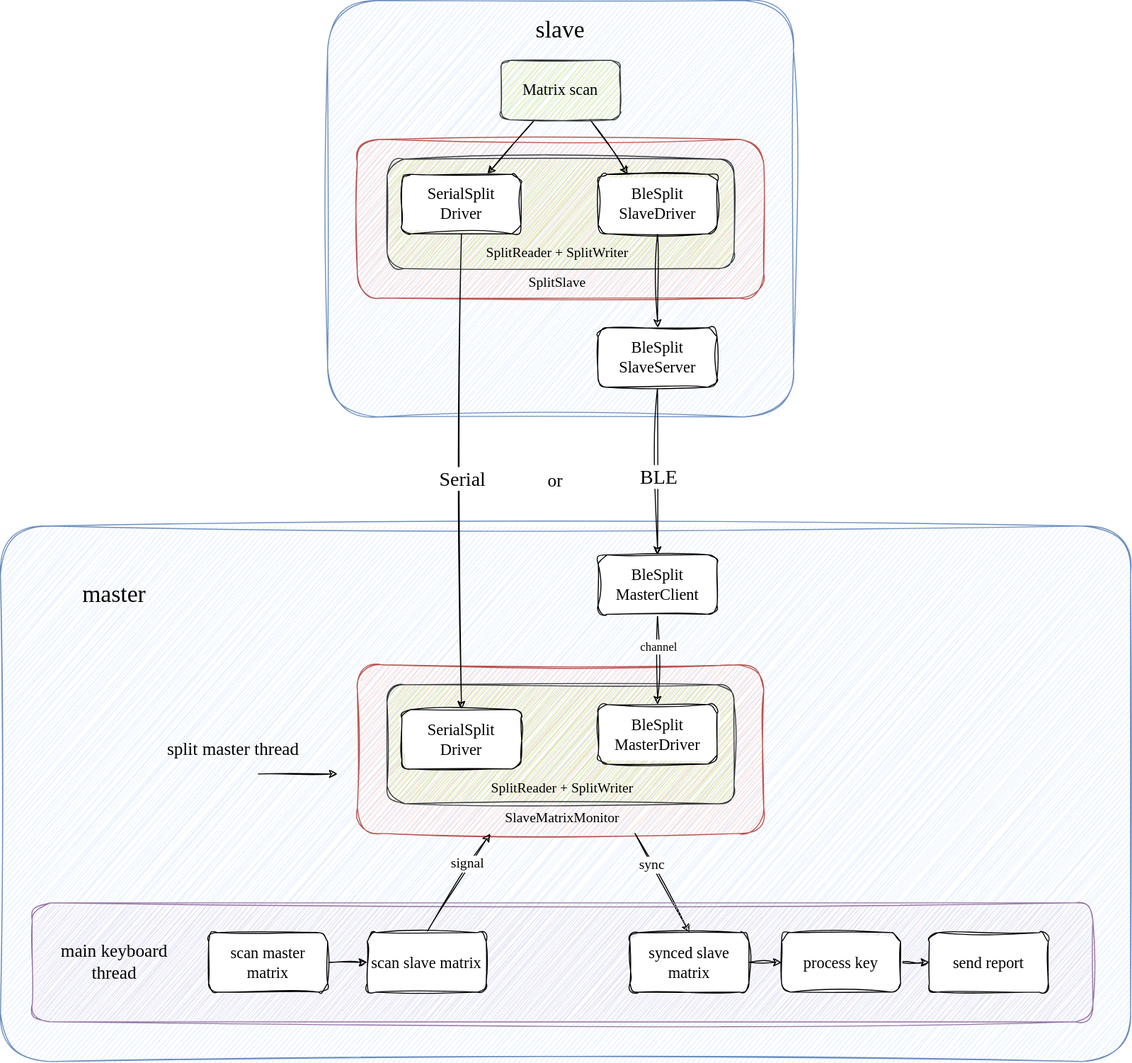
HaoboGu/rmk keeps this draw.io diagram as docs/src/images/split_keyboard.svg. Above is the earlier version. Source tidied: cells renumbered, new cells last; positions are measured from the earlier drawing's top-left corner, leaving out a move shared by most shapes.
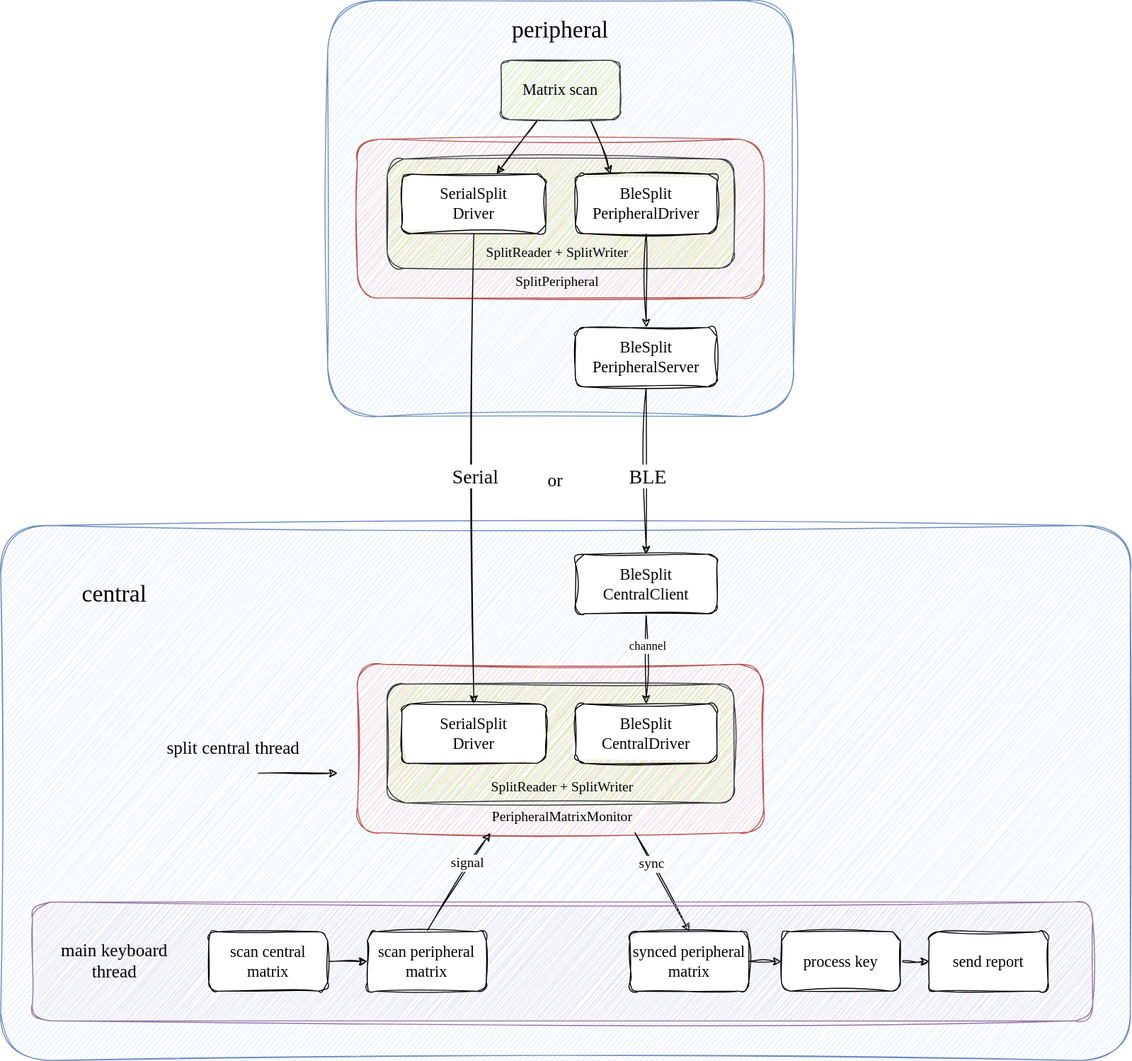
After the commit.

What changed in the source:
```diff
@@ -38,7 +38,7 @@
       </mxGeometry>
     </mxCell>
     <mxCell id="13" value="&lt;font face=&quot;Verdana&quot;&gt;SerialSplit&lt;br&gt;Driver&lt;/font&gt;" style="rounded=1;whiteSpace=wrap;html=1;sketch=1;hachureGap=4;jiggle=2;curveFitting=1;fontFamily=Architects Daughter;fontSource=https%3A%2F%2Ffonts.googleapis.com%2Fcss%3Ffamily%3DArchitects%2BDaughter;fontSize=16;" parent="1" vertex="1">
-      <mxGeometry x="405" y="175.3" width="120" height="60" as="geometry" />
+      <mxGeometry x="405" y="175.3" width="145" height="60" as="geometry" />
     </mxCell>
     <mxCell id="14" style="edgeStyle=none;sketch=1;hachureGap=4;jiggle=2;curveFitting=1;html=1;exitX=0.5;exitY=1;exitDx=0;exitDy=0;entryX=0.5;entryY=0;entryDx=0;entryDy=0;fontFamily=Architects Daughter;fontSource=https%3A%2F%2Ffonts.googleapis.com%2Fcss%3Ffamily%3DArchitects%2BDaughter;fontSize=16;" parent="1" edge="1" source="16" target="22">
       <mxGeometry relative="1" as="geometry" />
@@ -48,16 +48,16 @@
         <mxPoint x="5" y="9" as="offset" />
       </mxGeometry>
     </mxCell>
-    <mxCell id="16" value="&lt;font face=&quot;Verdana&quot;&gt;BleSplit&lt;br&gt;SlaveServer&lt;/font&gt;" style="rounded=1;whiteSpace=wrap;html=1;sketch=1;hachureGap=4;jiggle=2;curveFitting=1;fontFamily=Architects Daughter;fontSource=https%3A%2F%2Ffonts.googleapis.com%2Fcss%3Ffamily%3DArchitects%2BDaughter;fontSize=16;" parent="1" vertex="1">
-      <mxGeometry x="602.9" y="330" width="120" height="60" as="geometry" />
+    <mxCell id="16" value="&lt;font face=&quot;Verdana&quot;&gt;BleSplit&lt;br&gt;PeripheralServer&lt;/font&gt;" style="rounded=1;whiteSpace=wrap;html=1;sketch=1;hachureGap=4;jiggle=2;curveFitting=1;fontFamily=Architects Daughter;fontSource=https%3A%2F%2Ffonts.googleapis.com%2Fcss%3Ffamily%3DArchitects%2BDaughter;fontSize=16;" parent="1" vertex="1">
+      <mxGeometry x="580" y="330" width="142.8" height="60" as="geometry" />
     </mxCell>
     <mxCell id="17" style="edgeStyle=none;sketch=1;hachureGap=4;jiggle=2;curveFitting=1;html=1;exitX=0.5;exitY=1;exitDx=0;exitDy=0;entryX=0.5;entryY=0;entryDx=0;entryDy=0;fontFamily=Architects Daughter;fontSource=https%3A%2F%2Ffonts.googleapis.com%2Fcss%3Ffamily%3DArchitects%2BDaughter;fontSize=16;" parent="1" edge="1" source="18" target="16">
       <mxGeometry relative="1" as="geometry" />
     </mxCell>
-    <mxCell id="18" value="&lt;span style=&quot;font-family: Verdana;&quot;&gt;BleSplit&lt;/span&gt;&lt;br style=&quot;border-color: var(--border-color); font-family: Verdana;&quot;&gt;&lt;span style=&quot;font-family: Verdana;&quot;&gt;SlaveDriver&lt;/span&gt;" style="rounded=1;whiteSpace=wrap;html=1;sketch=1;hachureGap=4;jiggle=2;curveFitting=1;fontFamily=Architects Daughter;fontSource=https%3A%2F%2Ffonts.googleapis.com%2Fcss%3Ffamily%3DArchitects%2BDaughter;fontSize=16;" parent="1" vertex="1">
-      <mxGeometry x="602.9" y="175.3" width="120" height="60" as="geometry" />
+    <mxCell id="18" value="&lt;span style=&quot;font-family: Verdana;&quot;&gt;BleSplit&lt;/span&gt;&lt;br style=&quot;border-color: var(--border-color); font-family: Verdana;&quot;&gt;&lt;span style=&quot;font-family: Verdana;&quot;&gt;PeripheralDriver&lt;/span&gt;" style="rounded=1;whiteSpace=wrap;html=1;sketch=1;hachureGap=4;jiggle=2;curveFitting=1;fontFamily=Architects Daughter;fontSource=https%3A%2F%2Ffonts.googleapis.com%2Fcss%3Ffamily%3DArchitects%2BDaughter;fontSize=16;" parent="1" vertex="1">
+      <mxGeometry x="580" y="175.3" width="142.8" height="60" as="geometry" />
     </mxCell>
-    <mxCell id="19" value="slave" style="text;html=1;strokeColor=none;fillColor=none;align=center;verticalAlign=middle;whiteSpace=wrap;rounded=0;sketch=1;hachureGap=4;jiggle=2;curveFitting=1;fontFamily=Verdana;fontSize=24;" parent="1" vertex="1">
+    <mxCell id="19" value="peripheral" style="text;html=1;strokeColor=none;fillColor=none;align=center;verticalAlign=middle;whiteSpace=wrap;rounded=0;sketch=1;hachureGap=4;jiggle=2;curveFitting=1;fontFamily=Verdana;fontSize=24;" parent="1" vertex="1">
       <mxGeometry x="535" y="10" width="60" height="40.3" as="geometry" />
     </mxCell>
     <mxCell id="20" style="edgeStyle=none;sketch=1;hachureGap=4;jiggle=2;curveFitting=1;html=1;fontFamily=Architects Daughter;fontSource=https%3A%2F%2Ffonts.googleapis.com%2Fcss%3Ffamily%3DArchitects%2BDaughter;fontSize=16;" parent="1" edge="1" source="22" target="23">
@@ -68,14 +68,14 @@
         <mxPoint x="-2" y="-13" as="offset" />
       </mxGeometry>
     </mxCell>
-    <mxCell id="22" value="&lt;font face=&quot;Verdana&quot;&gt;BleSplit&lt;br&gt;MasterClient&lt;/font&gt;" style="rounded=1;whiteSpace=wrap;html=1;sketch=1;hachureGap=4;jiggle=2;curveFitting=1;fontFamily=Architects Daughter;fontSource=https%3A%2F%2Ffonts.googleapis.com%2Fcss%3Ffamily%3DArchitects%2BDaughter;fontSize=16;" parent="1" vertex="1">
-      <mxGeometry x="602.9" y="559" width="120" height="60" as="geometry" />
+    <mxCell id="22" value="&lt;font face=&quot;Verdana&quot;&gt;BleSplit&lt;br&gt;CentralClient&lt;/font&gt;" style="rounded=1;whiteSpace=wrap;html=1;sketch=1;hachureGap=4;jiggle=2;curveFitting=1;fontFamily=Architects Daughter;fontSource=https%3A%2F%2Ffonts.googleapis.com%2Fcss%3Ffamily%3DArchitects%2BDaughter;fontSize=16;" parent="1" vertex="1">
+      <mxGeometry x="580" y="559" width="142.8" height="60" as="geometry" />
     </mxCell>
-    <mxCell id="23" value="&lt;font face=&quot;Verdana&quot;&gt;BleSplit&lt;br&gt;MasterDriver&lt;/font&gt;" style="rounded=1;whiteSpace=wrap;html=1;sketch=1;hachureGap=4;jiggle=2;curveFitting=1;fontFamily=Architects Daughter;fontSource=https%3A%2F%2Ffonts.googleapis.com%2Fcss%3Ffamily%3DArchitects%2BDaughter;fontSize=16;" parent="1" vertex="1">
-      <mxGeometry x="602.9" y="710" width="120" height="60" as="geometry" />
+    <mxCell id="23" value="&lt;font face=&quot;Verdana&quot;&gt;BleSplit&lt;br&gt;CentralDriver&lt;/font&gt;" style="rounded=1;whiteSpace=wrap;html=1;sketch=1;hachureGap=4;jiggle=2;curveFitting=1;fontFamily=Architects Daughter;fontSource=https%3A%2F%2Ffonts.googleapis.com%2Fcss%3Ffamily%3DArchitects%2BDaughter;fontSize=16;" parent="1" vertex="1">
+      <mxGeometry x="580" y="710" width="142.8" height="60" as="geometry" />
     </mxCell>
     <mxCell id="24" value="&lt;font face=&quot;Verdana&quot;&gt;SerialSplit&lt;br&gt;Driver&lt;/font&gt;" style="rounded=1;whiteSpace=wrap;html=1;sketch=1;hachureGap=4;jiggle=2;curveFitting=1;fontFamily=Architects Daughter;fontSource=https%3A%2F%2Ffonts.googleapis.com%2Fcss%3Ffamily%3DArchitects%2BDaughter;fontSize=16;" parent="1" vertex="1">
-      <mxGeometry x="405" y="715" width="120" height="60" as="geometry" />
+      <mxGeometry x="405" y="710" width="145" height="60" as="geometry" />
     </mxCell>
     <mxCell id="25" value="SplitReader + SplitWriter" style="text;html=1;strokeColor=none;fillColor=none;align=center;verticalAlign=middle;whiteSpace=wrap;rounded=0;sketch=1;hachureGap=4;jiggle=2;curveFitting=1;fontFamily=Verdana;fontSize=14;" parent="1" vertex="1">
       <mxGeometry x="415.7" y="240.3" width="292.1" height="30" as="geometry" />
@@ -83,7 +83,7 @@
     <mxCell id="26" value="SplitReader + SplitWriter" style="text;html=1;strokeColor=none;fillColor=none;align=center;verticalAlign=middle;whiteSpace=wrap;rounded=0;sketch=1;hachureGap=4;jiggle=2;curveFitting=1;fontFamily=Verdana;fontSize=14;" parent="1" vertex="1">
       <mxGeometry x="421" y="780" width="292.1" height="30" as="geometry" />
     </mxCell>
-    <mxCell id="27" value="SplitSlave" style="text;html=1;strokeColor=none;fillColor=none;align=center;verticalAlign=middle;whiteSpace=wrap;rounded=0;sketch=1;hachureGap=4;jiggle=2;curveFitting=1;fontFamily=Verdana;fontSize=14;" parent="1" vertex="1">
+    <mxCell id="27" value="SplitPeripheral" style="text;html=1;strokeColor=none;fillColor=none;align=center;verticalAlign=middle;whiteSpace=wrap;rounded=0;sketch=1;hachureGap=4;jiggle=2;curveFitting=1;fontFamily=Verdana;fontSize=14;" parent="1" vertex="1">
       <mxGeometry x="415.7" y="270.3" width="292.1" height="30" as="geometry" />
     </mxCell>
     <mxCell id="28" style="edgeStyle=none;sketch=1;hachureGap=4;jiggle=2;curveFitting=1;html=1;exitX=0.75;exitY=1;exitDx=0;exitDy=0;entryX=0.5;entryY=0;entryDx=0;entryDy=0;fontFamily=Verdana;fontSize=14;" parent="1" edge="1" source="30" target="38">
@@ -94,7 +94,7 @@
         <mxPoint x="-1" as="offset" />
       </mxGeometry>
     </mxCell>
-    <mxCell id="30" value="SlaveMatrixMonitor" style="text;html=1;strokeColor=none;fillColor=none;align=center;verticalAlign=middle;whiteSpace=wrap;rounded=0;sketch=1;hachureGap=4;jiggle=2;curveFitting=1;fontFamily=Verdana;fontSize=14;" parent="1" vertex="1">
+    <mxCell id="30" value="PeripheralMatrixMonitor" style="text;html=1;strokeColor=none;fillColor=none;align=center;verticalAlign=middle;whiteSpace=wrap;rounded=0;sketch=1;hachureGap=4;jiggle=2;curveFitting=1;fontFamily=Verdana;fontSize=14;" parent="1" vertex="1">
       <mxGeometry x="421" y="810" width="292.1" height="30" as="geometry" />
     </mxCell>
     <mxCell id="31" style="rounded=1;whiteSpace=wrap;html=1;sketch=1;hachureGap=4;jiggle=2;curveFitting=1;fontFamily=Architects Daughter;fontSource=https%3A%2F%2Ffonts.googleapis.com%2Fcss%3Ffamily%3DArchitects%2BDaughter;fontSize=16;fillColor=#e1d5e7;strokeColor=#9673a6;" parent="1" vertex="1">
@@ -103,7 +103,7 @@
     <mxCell id="32" style="edgeStyle=none;sketch=1;hachureGap=4;jiggle=2;curveFitting=1;html=1;fontFamily=Verdana;fontSize=14;" parent="1" edge="1" source="33" target="36">
       <mxGeometry relative="1" as="geometry" />
     </mxCell>
-    <mxCell id="33" value="&lt;font face=&quot;Verdana&quot;&gt;scan master matrix&lt;/font&gt;" style="rounded=1;whiteSpace=wrap;html=1;sketch=1;hachureGap=4;jiggle=2;curveFitting=1;fontFamily=Architects Daughter;fontSource=https%3A%2F%2Ffonts.googleapis.com%2Fcss%3Ffamily%3DArchitects%2BDaughter;fontSize=16;" parent="1" vertex="1">
+    <mxCell id="33" value="&lt;font face=&quot;Verdana&quot;&gt;scan central matrix&lt;/font&gt;" style="rounded=1;whiteSpace=wrap;html=1;sketch=1;hachureGap=4;jiggle=2;curveFitting=1;fontFamily=Architects Daughter;fontSource=https%3A%2F%2Ffonts.googleapis.com%2Fcss%3Ffamily%3DArchitects%2BDaughter;fontSize=16;" parent="1" vertex="1">
       <mxGeometry x="210" y="940" width="120" height="60" as="geometry" />
     </mxCell>
     <mxCell id="34" style="edgeStyle=none;sketch=1;hachureGap=4;jiggle=2;curveFitting=1;html=1;exitX=0.5;exitY=0;exitDx=0;exitDy=0;entryX=0.25;entryY=1;entryDx=0;entryDy=0;fontFamily=Verdana;fontSize=14;" parent="1" edge="1" source="36" target="30">
@@ -114,13 +114,13 @@
         <mxPoint x="3" y="-12" as="offset" />
       </mxGeometry>
     </mxCell>
-    <mxCell id="36" value="&lt;font face=&quot;Verdana&quot;&gt;scan slave matrix&lt;/font&gt;" style="rounded=1;whiteSpace=wrap;html=1;sketch=1;hachureGap=4;jiggle=2;curveFitting=1;fontFamily=Architects Daughter;fontSource=https%3A%2F%2Ffonts.googleapis.com%2Fcss%3Ffamily%3DArchitects%2BDaughter;fontSize=16;" parent="1" vertex="1">
+    <mxCell id="36" value="&lt;font face=&quot;Verdana&quot;&gt;scan peripheral matrix&lt;/font&gt;" style="rounded=1;whiteSpace=wrap;html=1;sketch=1;hachureGap=4;jiggle=2;curveFitting=1;fontFamily=Architects Daughter;fontSource=https%3A%2F%2Ffonts.googleapis.com%2Fcss%3Ffamily%3DArchitects%2BDaughter;fontSize=16;" parent="1" vertex="1">
       <mxGeometry x="370" y="940" width="120" height="60" as="geometry" />
     </mxCell>
     <mxCell id="37" style="edgeStyle=none;sketch=1;hachureGap=4;jiggle=2;curveFitting=1;html=1;fontFamily=Verdana;fontSize=14;" parent="1" edge="1" source="38" target="40">
       <mxGeometry relative="1" as="geometry" />
     </mxCell>
-    <mxCell id="38" value="&lt;font face=&quot;Verdana&quot;&gt;synced slave matrix&lt;/font&gt;" style="rounded=1;whiteSpace=wrap;html=1;sketch=1;hachureGap=4;jiggle=2;curveFitting=1;fontFamily=Architects Daughter;fontSource=https%3A%2F%2Ffonts.googleapis.com%2Fcss%3Ffamily%3DArchitects%2BDaughter;fontSize=16;" parent="1" vertex="1">
+    <mxCell id="38" value="&lt;font face=&quot;Verdana&quot;&gt;synced peripheral matrix&lt;/font&gt;" style="rounded=1;whiteSpace=wrap;html=1;sketch=1;hachureGap=4;jiggle=2;curveFitting=1;fontFamily=Architects Daughter;fontSource=https%3A%2F%2Ffonts.googleapis.com%2Fcss%3Ffamily%3DArchitects%2BDaughter;fontSize=16;" parent="1" vertex="1">
       <mxGeometry x="635" y="940" width="120" height="60" as="geometry" />
     </mxCell>
     <mxCell id="39" style="edgeStyle=none;sketch=1;hachureGap=4;jiggle=2;curveFitting=1;html=1;fontFamily=Verdana;fontSize=14;" parent="1" edge="1" source="40" target="41">
@@ -135,10 +135,10 @@
     <mxCell id="42" value="&lt;font style=&quot;font-size: 18px;&quot;&gt;main keyboard thread&lt;/font&gt;" style="text;html=1;strokeColor=none;fillColor=none;align=center;verticalAlign=middle;whiteSpace=wrap;rounded=0;sketch=1;hachureGap=4;jiggle=2;curveFitting=1;fontFamily=Verdana;fontSize=14;" parent="1" vertex="1">
       <mxGeometry x="40" y="955" width="150" height="30" as="geometry" />
     </mxCell>
-    <mxCell id="43" value="master" style="text;html=1;strokeColor=none;fillColor=none;align=center;verticalAlign=middle;whiteSpace=wrap;rounded=0;sketch=1;hachureGap=4;jiggle=2;curveFitting=1;fontFamily=Verdana;fontSize=24;" parent="1" vertex="1">
+    <mxCell id="43" value="central" style="text;html=1;strokeColor=none;fillColor=none;align=center;verticalAlign=middle;whiteSpace=wrap;rounded=0;sketch=1;hachureGap=4;jiggle=2;curveFitting=1;fontFamily=Verdana;fontSize=24;" parent="1" vertex="1">
       <mxGeometry x="85" y="578.7" width="60" height="40.3" as="geometry" />
     </mxCell>
-    <mxCell id="44" value="&lt;font style=&quot;font-size: 18px;&quot;&gt;split master thread&lt;/font&gt;" style="text;html=1;strokeColor=none;fillColor=none;align=center;verticalAlign=middle;whiteSpace=wrap;rounded=0;sketch=1;hachureGap=4;jiggle=2;curveFitting=1;fontFamily=Verdana;fontSize=14;" parent="1" vertex="1">
+    <mxCell id="44" value="&lt;font style=&quot;font-size: 18px;&quot;&gt;split central thread&lt;/font&gt;" style="text;html=1;strokeColor=none;fillColor=none;align=center;verticalAlign=middle;whiteSpace=wrap;rounded=0;sketch=1;hachureGap=4;jiggle=2;curveFitting=1;fontFamily=Verdana;fontSize=14;" parent="1" vertex="1">
       <mxGeometry x="160" y="740" width="150" height="30" as="geometry" />
     </mxCell>
     <mxCell id="45" style="edgeStyle=none;orthogonalLoop=1;jettySize=auto;html=1;sketch=1;hachureGap=4;jiggle=2;curveFitting=1;fontFamily=Architects Daughter;fontSource=https%3A%2F%2Ffonts.googleapis.com%2Fcss%3Ffamily%3DArchitects%2BDaughter;fontSize=16;" parent="1" edge="1">
```
